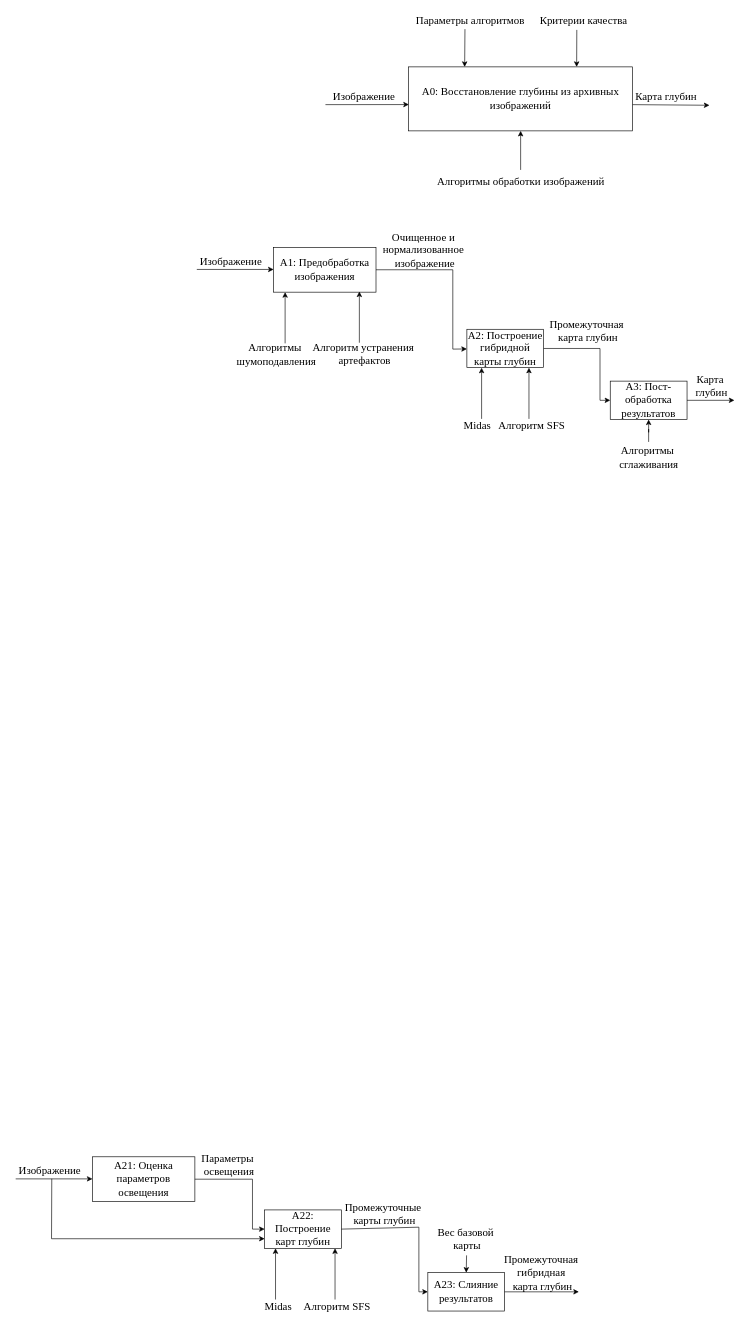
This is page "IDEF0" (1 of 8) of report/Диаграммки.drawio from lalala-0/VKR_BMSTU, a draw.io file, before an edit. Source tidied: cells renumbered, new cells numbered last; positions are measured from the earlier drawing's top-left corner, leaving out a move shared by most shapes. Both pictures are drawn from the tidied source at 64%, with x=0, y=0 at pixel (11, 11).
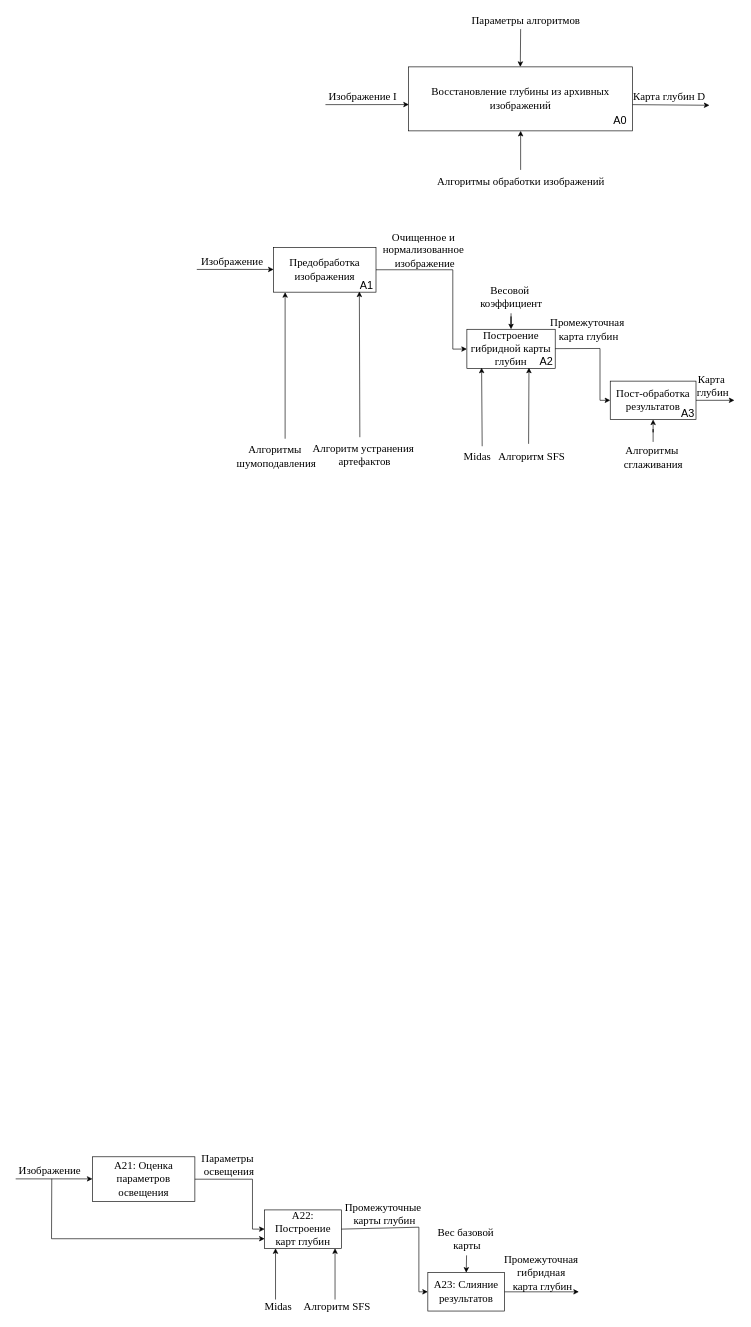
The same page after the edit.

Change to the diagram source:
```diff
@@
-    <mxCell id="2" value="A0: Восстановление глубины из архивных изображений" style="rounded=0;whiteSpace=wrap;html=1;fontFamily=Times New Roman;fontSize=17;" parent="1" vertex="1">
+    <mxCell id="2" value="Восстановление глубины из архивных изображений" style="rounded=0;whiteSpace=wrap;html=1;fontFamily=Times New Roman;fontSize=17;" parent="1" vertex="1">
       <mxGeometry x="621" y="87" width="350" height="100" as="geometry" />
     </mxCell>
@@
-    <mxCell id="5" style="endArrow=classic;html=1;rounded=0;entryX=0.25;entryY=0;entryDx=0;entryDy=0;fontFamily=Times New Roman;fontSize=17;" parent="1" edge="1" target="2">
+    <mxCell id="5" style="endArrow=classic;html=1;rounded=0;entryX=0.25;entryY=0;entryDx=0;entryDy=0;fontFamily=Times New Roman;fontSize=17;" parent="1" edge="1">
       <mxGeometry relative="1" as="geometry">
-        <mxPoint x="709" y="28" as="sourcePoint" />
+        <mxPoint x="796" y="28" as="sourcePoint" />
+        <mxPoint x="795.5" y="87" as="targetPoint" />
       </mxGeometry>
     </mxCell>
@@
-    <mxCell id="7" value="Карта глубин" style="text;html=1;align=center;verticalAlign=middle;strokeColor=none;fillColor=none;fontFamily=Times New Roman;fontSize=17;" parent="1" vertex="1">
-      <mxGeometry x="963" y="120" width="120" height="30" as="geometry" />
+    <mxCell id="7" value="Карта глубин D" style="text;html=1;align=center;verticalAlign=middle;strokeColor=none;fillColor=none;fontFamily=Times New Roman;fontSize=17;" parent="1" vertex="1">
+      <mxGeometry x="958" y="120" width="140" height="30" as="geometry" />
     </mxCell>
-    <mxCell id="8" value="Изображение" style="text;html=1;align=center;verticalAlign=middle;strokeColor=none;fillColor=none;fontFamily=Times New Roman;fontSize=17;" parent="1" vertex="1">
-      <mxGeometry x="491" y="120" width="120" height="30" as="geometry" />
+    <mxCell id="8" value="Изображение I" style="text;html=1;align=center;verticalAlign=middle;strokeColor=none;fillColor=none;fontFamily=Times New Roman;fontSize=17;" parent="1" vertex="1">
+      <mxGeometry x="484" y="120" width="130" height="30" as="geometry" />
     </mxCell>
-    <mxCell id="9" value="А1: Предобработка изображения" style="rounded=0;whiteSpace=wrap;html=1;fontFamily=Times New Roman;fontSize=17;" parent="1" vertex="1">
+    <mxCell id="9" value="Предобработка изображения" style="rounded=0;whiteSpace=wrap;html=1;fontFamily=Times New Roman;fontSize=17;" parent="1" vertex="1">
       <mxGeometry x="410" y="369" width="160" height="70" as="geometry" />
     </mxCell>
@@
     <mxCell id="11" value="Изображение" style="text;html=1;align=center;verticalAlign=middle;strokeColor=none;fillColor=none;fontFamily=Times New Roman;fontSize=17;" parent="1" vertex="1">
-      <mxGeometry x="283" y="377" width="120" height="30" as="geometry" />
+      <mxGeometry x="285" y="377" width="120" height="30" as="geometry" />
     </mxCell>
@@
-    <mxCell id="13" value="A2: Построение гибридной карты глубин" style="rounded=0;whiteSpace=wrap;html=1;fontFamily=Times New Roman;fontSize=17;" parent="1" vertex="1">
-      <mxGeometry x="712" y="497" width="120" height="60" as="geometry" />
+    <mxCell id="13" value="Построение гибридной карты глубин" style="rounded=0;whiteSpace=wrap;html=1;fontFamily=Times New Roman;fontSize=17;" parent="1" vertex="1">
+      <mxGeometry x="712" y="497" width="138" height="61" as="geometry" />
     </mxCell>
     <mxCell id="14" value="Параметры алгоритмов" style="text;html=1;align=center;verticalAlign=middle;strokeColor=none;fillColor=none;fontFamily=Times New Roman;fontSize=17;" parent="1" vertex="1">
-      <mxGeometry x="622" width="190" height="30" as="geometry" />
+      <mxGeometry x="709" width="190" height="30" as="geometry" />
     </mxCell>
-    <mxCell id="15" style="endArrow=classic;html=1;rounded=0;entryX=0.75;entryY=0;entryDx=0;entryDy=0;fontFamily=Times New Roman;fontSize=17;exitX=0.436;exitY=0.974;exitDx=0;exitDy=0;exitPerimeter=0;" parent="1" edge="1" source="16" target="2">
-      <mxGeometry relative="1" as="geometry" />
-    </mxCell>
-    <mxCell id="16" value="Критерии качества" style="text;html=1;align=center;verticalAlign=middle;points=[];strokeColor=none;fillColor=none;fontFamily=Times New Roman;fontSize=17;" parent="1" vertex="1">
-      <mxGeometry x="814" width="160" height="30" as="geometry" />
-    </mxCell>
@@
     <mxCell id="19" value="Промежуточная&amp;nbsp;&lt;div&gt;карта глубин&lt;/div&gt;" style="text;html=1;align=center;verticalAlign=middle;strokeColor=none;fillColor=none;fontFamily=Times New Roman;fontSize=17;" parent="1" vertex="1">
-      <mxGeometry x="831" y="475" width="140" height="50" as="geometry" />
+      <mxGeometry x="832" y="473" width="140" height="50" as="geometry" />
     </mxCell>
@@
-    <mxCell id="21" value="A3: Пост-обработка результатов" style="rounded=0;whiteSpace=wrap;html=1;fontFamily=Times New Roman;fontSize=17;" parent="1" vertex="1">
-      <mxGeometry x="936" y="578" width="120" height="60" as="geometry" />
+    <mxCell id="21" value="Пост-обработка результатов" style="rounded=0;whiteSpace=wrap;html=1;fontFamily=Times New Roman;fontSize=17;" parent="1" vertex="1">
+      <mxGeometry x="936" y="578" width="134" height="60" as="geometry" />
     </mxCell>
     <mxCell id="22" value="Карта&amp;nbsp;&lt;div&gt;глубин&lt;/div&gt;" style="text;html=1;align=center;verticalAlign=middle;strokeColor=none;fillColor=none;fontFamily=Times New Roman;fontSize=17;" parent="1" vertex="1">
-      <mxGeometry x="1059" y="561" width="70" height="50" as="geometry" />
+      <mxGeometry x="1061" y="561" width="70" height="50" as="geometry" />
     </mxCell>
@@
     <mxCell id="24" value="Midas" style="text;html=1;align=center;verticalAlign=middle;points=[];strokeColor=none;fillColor=none;fontFamily=Times New Roman;fontSize=17;" parent="1" vertex="1">
-      <mxGeometry x="693" y="634" width="70" height="30" as="geometry" />
+      <mxGeometry x="693" y="682" width="70" height="30" as="geometry" />
     </mxCell>
-    <mxCell id="25" style="endArrow=classic;html=1;rounded=0;entryX=0.5;entryY=1;entryDx=0;entryDy=0;fontFamily=Times New Roman;fontSize=17;" parent="1" edge="1">
+    <mxCell id="25" style="endArrow=classic;html=1;rounded=0;entryX=0.5;entryY=1;entryDx=0;entryDy=0;fontFamily=Times New Roman;fontSize=17;exitX=0.613;exitY=-0.075;exitDx=0;exitDy=0;exitPerimeter=0;" parent="1" edge="1" source="24">
       <mxGeometry relative="1" as="geometry">
-        <mxPoint x="735" y="637" as="sourcePoint" />
         <mxPoint x="735" y="557" as="targetPoint" />
       </mxGeometry>
     </mxCell>
     <mxCell id="26" value="Алгоритмы&amp;nbsp;&lt;div&gt;шумоподавления&lt;/div&gt;" style="text;html=1;align=center;verticalAlign=middle;strokeColor=none;fillColor=none;fontFamily=Times New Roman;fontSize=17;" parent="1" vertex="1">
-      <mxGeometry x="339" y="512" width="150" height="50" as="geometry" />
+      <mxGeometry x="339" y="671" width="150" height="50" as="geometry" />
     </mxCell>
     <mxCell id="27" style="endArrow=classic;html=1;rounded=0;entryX=0.5;entryY=1;entryDx=0;entryDy=0;fontFamily=Times New Roman;fontSize=17;" parent="1" edge="1">
       <mxGeometry relative="1" as="geometry">
-        <mxPoint x="428" y="519" as="sourcePoint" />
+        <mxPoint x="428" y="668" as="sourcePoint" />
         <mxPoint x="428" y="439" as="targetPoint" />
       </mxGeometry>
     </mxCell>
@@
     <mxCell id="29" value="Алгоритмы&amp;nbsp;&lt;div&gt;сглаживания&lt;/div&gt;" style="text;html=1;align=center;verticalAlign=middle;points=[];strokeColor=none;fillColor=none;fontFamily=Times New Roman;fontSize=17;" parent="1" vertex="1">
-      <mxGeometry x="936" y="673" width="120" height="50" as="geometry" />
+      <mxGeometry x="943" y="673" width="120" height="50" as="geometry" />
     </mxCell>
     <mxCell id="30" value="Алгоритм SFS" style="text;html=1;align=center;verticalAlign=middle;points=[];strokeColor=none;fillColor=none;fontFamily=Times New Roman;fontSize=17;" parent="1" vertex="1">
-      <mxGeometry x="748" y="634" width="130" height="30" as="geometry" />
+      <mxGeometry x="748" y="682" width="130" height="30" as="geometry" />
     </mxCell>
-    <mxCell id="31" style="endArrow=classic;html=1;rounded=0;entryX=0.5;entryY=1;entryDx=0;entryDy=0;fontFamily=Times New Roman;fontSize=17;" parent="1" edge="1">
+    <mxCell id="31" style="endArrow=classic;html=1;rounded=0;entryX=0.5;entryY=1;entryDx=0;entryDy=0;fontFamily=Times New Roman;fontSize=17;exitX=0.465;exitY=-0.199;exitDx=0;exitDy=0;exitPerimeter=0;" parent="1" edge="1" source="30">
       <mxGeometry relative="1" as="geometry">
-        <mxPoint x="809" y="637" as="sourcePoint" />
         <mxPoint x="809" y="557" as="targetPoint" />
       </mxGeometry>
     </mxCell>
@@
     <mxCell id="50" value="Алгоритм устранения&amp;nbsp;&lt;div&gt;артефактов&lt;/div&gt;" style="text;html=1;align=center;verticalAlign=middle;points=[];strokeColor=none;fillColor=none;fontFamily=Times New Roman;fontSize=17;" parent="1" vertex="1">
-      <mxGeometry x="457" y="511" width="190" height="50" as="geometry" />
+      <mxGeometry x="457" y="669" width="190" height="50" as="geometry" />
     </mxCell>
-    <mxCell id="51" style="endArrow=classic;html=1;rounded=0;entryX=0.5;entryY=1;entryDx=0;entryDy=0;fontFamily=Times New Roman;fontSize=17;" parent="1" edge="1">
+    <mxCell id="51" style="endArrow=classic;html=1;rounded=0;entryX=0.5;entryY=1;entryDx=0;entryDy=0;fontFamily=Times New Roman;fontSize=17;exitX=0.462;exitY=-0.067;exitDx=0;exitDy=0;exitPerimeter=0;" parent="1" edge="1" source="50">
       <mxGeometry relative="1" as="geometry">
-        <mxPoint x="544" y="518" as="sourcePoint" />
         <mxPoint x="544" y="438" as="targetPoint" />
       </mxGeometry>
     </mxCell>
+    <mxCell id="52" value="&lt;font style=&quot;font-size: 17px;&quot;&gt;А0&lt;/font&gt;" style="text;html=1;align=center;verticalAlign=middle;strokeColor=none;fillColor=none;" parent="1" vertex="1">
+      <mxGeometry x="931" y="157" width="40" height="30" as="geometry" />
+    </mxCell>
+    <mxCell id="53" value="&lt;font style=&quot;font-size: 17px;&quot;&gt;А1&lt;/font&gt;" style="text;html=1;align=center;verticalAlign=middle;strokeColor=none;fillColor=none;" parent="1" vertex="1">
+      <mxGeometry x="535" y="415" width="40" height="30" as="geometry" />
+    </mxCell>
+    <mxCell id="54" value="&lt;font style=&quot;font-size: 17px;&quot;&gt;А2&lt;/font&gt;" style="text;html=1;align=center;verticalAlign=middle;strokeColor=none;fillColor=none;" parent="1" vertex="1">
+      <mxGeometry x="816" y="534" width="40" height="30" as="geometry" />
+    </mxCell>
+    <mxCell id="55" value="&lt;font style=&quot;font-size: 17px;&quot;&gt;А3&lt;/font&gt;" style="text;html=1;align=center;verticalAlign=middle;strokeColor=none;fillColor=none;" parent="1" vertex="1">
+      <mxGeometry x="1037" y="615" width="40" height="30" as="geometry" />
+    </mxCell>
+    <mxCell id="56" style="edgeStyle=orthogonalEdgeStyle;rounded=0;jettySize=auto;html=1;" parent="1" edge="1" source="57" target="13">
+      <mxGeometry relative="1" as="geometry" />
+    </mxCell>
+    <mxCell id="57" value="Весовой&amp;nbsp;&lt;div&gt;коэффициент&lt;/div&gt;" style="text;html=1;align=center;verticalAlign=middle;points=[];strokeColor=none;fillColor=none;fontFamily=Times New Roman;fontSize=17;" parent="1" vertex="1">
+      <mxGeometry x="721" y="422" width="120" height="50" as="geometry" />
+    </mxCell>
```
